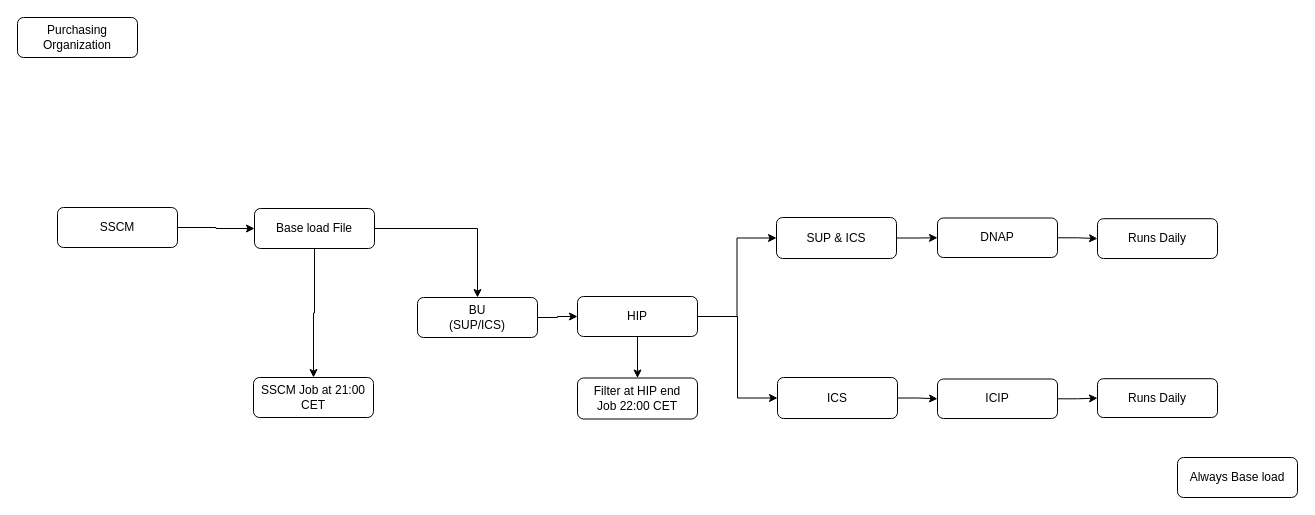
This is page "Purchasing Organization" (2 of 4) of quality inspection flow.drawio from nselangovan/powerofdata, a draw.io file, before an edit. Source tidied: cells renumbered, new cells numbered last; positions are measured from the earlier drawing's top-left corner, leaving out a move shared by most shapes. Both pictures are drawn from the tidied source at 100%, with x=0, y=0 at pixel (17, 17).
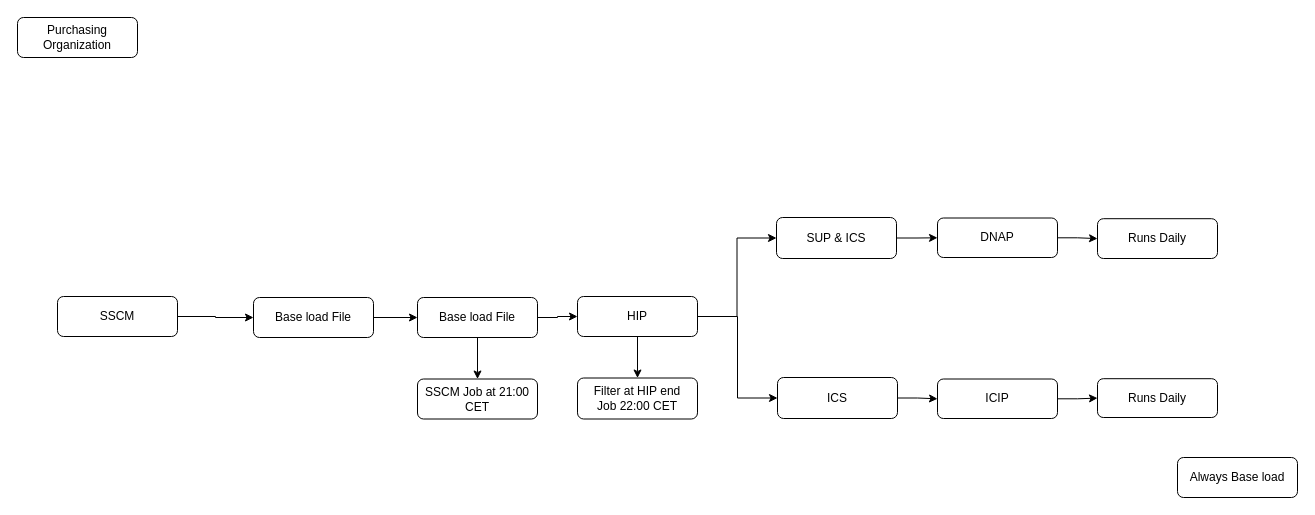
The same diagram, later.

Diff of the diagram source:
```diff
@@
     <mxCell id="4" value="&lt;span style=&quot;background-color: initial;&quot;&gt;SSCM&lt;/span&gt;" style="rounded=1;whiteSpace=wrap;html=1;" parent="1" vertex="1">
-      <mxGeometry x="40" y="190" width="120" height="40" as="geometry" />
+      <mxGeometry x="40" y="279" width="120" height="40" as="geometry" />
     </mxCell>
@@
-    <mxCell id="6" style="edgeStyle=orthogonalEdgeStyle;rounded=0;jettySize=auto;html=1;" parent="1" edge="1" source="7" target="25">
+    <mxCell id="6" style="edgeStyle=orthogonalEdgeStyle;rounded=0;jettySize=auto;html=1;exitX=0.5;exitY=1;exitDx=0;exitDy=0;entryX=0.5;entryY=0;entryDx=0;entryDy=0;" parent="1" edge="1" source="9" target="25">
       <mxGeometry relative="1" as="geometry" />
     </mxCell>
     <mxCell id="7" value="&lt;span style=&quot;background-color: initial;&quot;&gt;Base load File&lt;/span&gt;" style="rounded=1;whiteSpace=wrap;html=1;" parent="1" vertex="1">
-      <mxGeometry x="237" y="191" width="120" height="40" as="geometry" />
+      <mxGeometry x="236" y="280" width="120" height="40" as="geometry" />
     </mxCell>
@@
-    <mxCell id="9" value="BU&lt;br&gt;(SUP/ICS)" style="whiteSpace=wrap;html=1;rounded=1;" parent="1" vertex="1">
+    <mxCell id="9" value="Base load File" style="whiteSpace=wrap;html=1;rounded=1;" parent="1" vertex="1">
       <mxGeometry x="400" y="280" width="120" height="40" as="geometry" />
     </mxCell>
@@
     <mxCell id="25" value="SSCM Job at 21:00 CET" style="whiteSpace=wrap;html=1;rounded=1;" parent="1" vertex="1">
-      <mxGeometry x="236" y="360" width="120" height="40" as="geometry" />
+      <mxGeometry x="400" y="361.5" width="120" height="40" as="geometry" />
     </mxCell>
```
